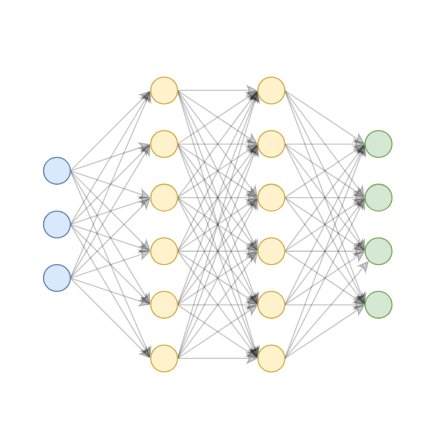
trekhleb/machine-learning-octave keeps this draw.io diagram as images/neural-network/multi-class-network.drawio.xml. Above is the earlier version. Source tidied: cells renumbered, new cells numbered last; positions are measured from the earlier drawing's top-left corner, leaving out a move shared by most shapes. Both pictures are drawn from the tidied source at 134%, with x=0, y=0 at pixel (43, 76).
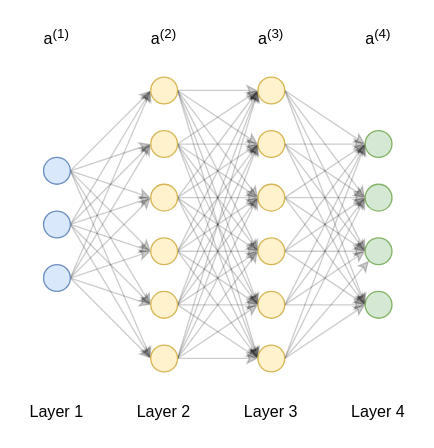
The same page after the edit.

What changed in the source:
```diff
@@
+    <mxCell id="99" value="Layer 1" style="text;html=1;strokeColor=none;fillColor=none;align=center;verticalAlign=middle;whiteSpace=wrap;rounded=0;" parent="1" vertex="1">
+      <mxGeometry x="-15" y="240" width="50" height="20" as="geometry" />
+    </mxCell>
+    <mxCell id="100" value="Layer 2" style="text;html=1;strokeColor=none;fillColor=none;align=center;verticalAlign=middle;whiteSpace=wrap;rounded=0;" parent="1" vertex="1">
+      <mxGeometry x="65" y="240" width="50" height="20" as="geometry" />
+    </mxCell>
+    <mxCell id="101" value="Layer 3" style="text;html=1;strokeColor=none;fillColor=none;align=center;verticalAlign=middle;whiteSpace=wrap;rounded=0;" parent="1" vertex="1">
+      <mxGeometry x="145" y="240" width="50" height="20" as="geometry" />
+    </mxCell>
+    <mxCell id="102" value="Layer 4" style="text;html=1;strokeColor=none;fillColor=none;align=center;verticalAlign=middle;whiteSpace=wrap;rounded=0;" parent="1" vertex="1">
+      <mxGeometry x="225" y="240" width="50" height="20" as="geometry" />
+    </mxCell>
+    <mxCell id="103" value="a&lt;sup&gt;(1)&lt;/sup&gt;" style="text;html=1;strokeColor=none;fillColor=none;align=center;verticalAlign=middle;whiteSpace=wrap;rounded=0;" parent="1" vertex="1">
+      <mxGeometry x="-15" y="-40" width="50" height="20" as="geometry" />
+    </mxCell>
+    <mxCell id="104" value="a&lt;sup&gt;(2)&lt;/sup&gt;" style="text;html=1;strokeColor=none;fillColor=none;align=center;verticalAlign=middle;whiteSpace=wrap;rounded=0;" parent="1" vertex="1">
+      <mxGeometry x="65" y="-40" width="50" height="20" as="geometry" />
+    </mxCell>
+    <mxCell id="105" value="a&lt;sup&gt;(3)&lt;/sup&gt;" style="text;html=1;strokeColor=none;fillColor=none;align=center;verticalAlign=middle;whiteSpace=wrap;rounded=0;" parent="1" vertex="1">
+      <mxGeometry x="145" y="-40" width="50" height="20" as="geometry" />
+    </mxCell>
+    <mxCell id="106" value="a&lt;sup&gt;(4)&lt;/sup&gt;" style="text;html=1;strokeColor=none;fillColor=none;align=center;verticalAlign=middle;whiteSpace=wrap;rounded=0;" parent="1" vertex="1">
+      <mxGeometry x="225" y="-40" width="50" height="20" as="geometry" />
+    </mxCell>
```
